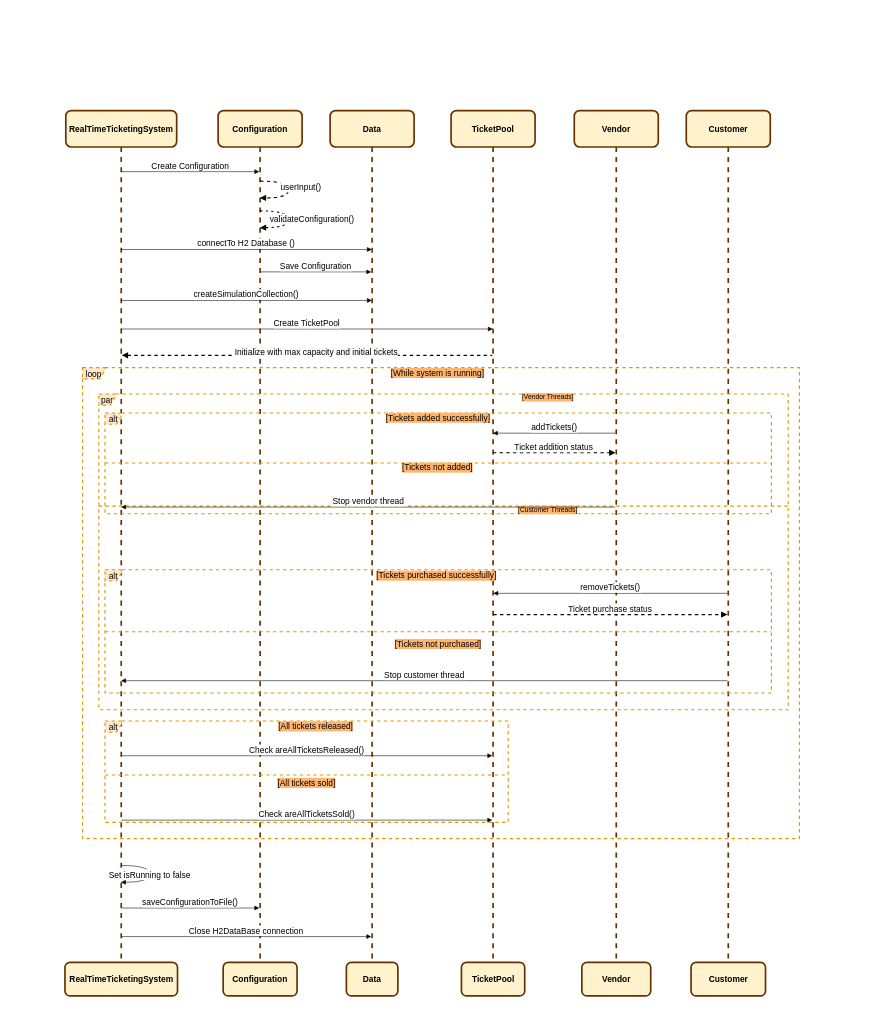
Earlier version of the draw.io diagram TMS Sequence Diagram.drawio (ShenalSen/Real-Time-Event-Ticketing-System-with-Advanced-Producer-Consumer-Implementation). Source tidied: cells renumbered, new cells numbered last; positions are measured from the earlier drawing's top-left corner, leaving out a move shared by most shapes. Both pictures are drawn from the tidied source at 56%, with x=0, y=0 at pixel (64, 110).
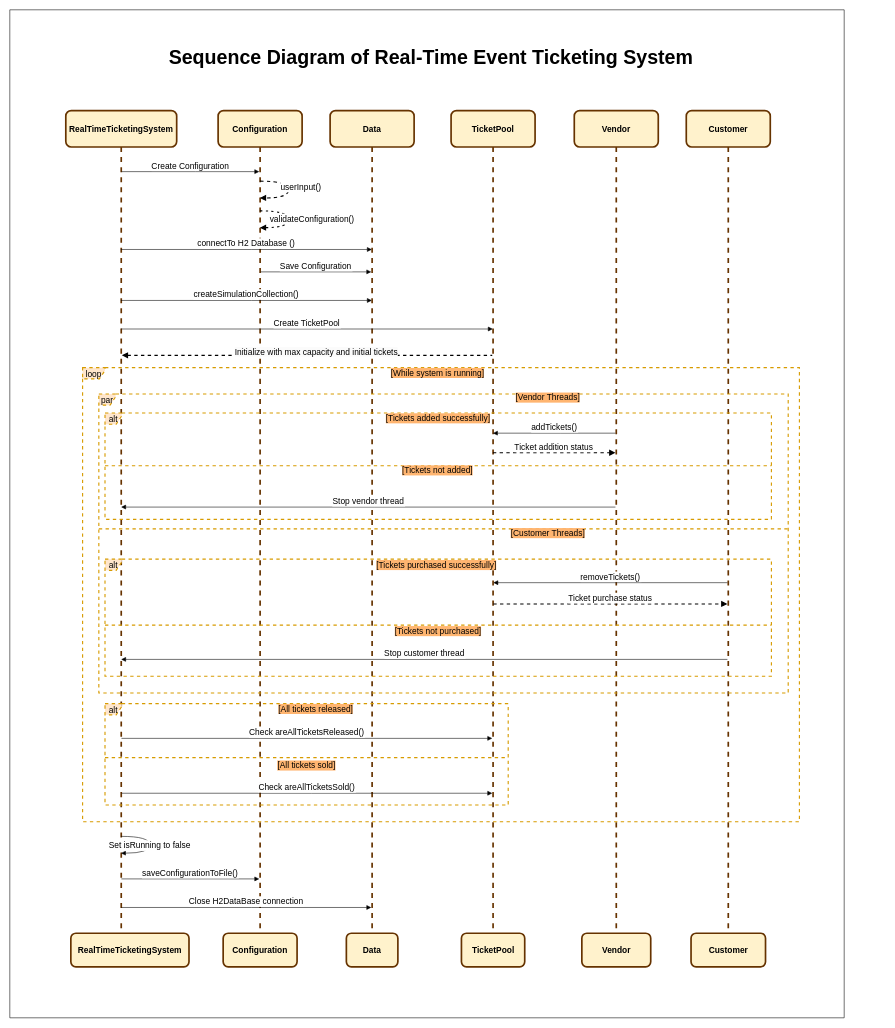
The same diagram, later.

Diff of the diagram source:
```diff
@@
     <mxCell id="2" value="RealTimeTicketingSystem" style="shape=umlLifeline;perimeter=lifelinePerimeter;whiteSpace=wrap;outlineConnect=0;portConstraint=eastwest;newEdgeStyle={&quot;edgeStyle&quot;:&quot;elbowEdgeStyle&quot;,&quot;elbow&quot;:&quot;vertical&quot;,&quot;curved&quot;:0,&quot;rounded&quot;:0};size=65;strokeWidth=3;fontStyle=1;fillColor=#fff2cc;strokeColor=#663300;rounded=1;glass=0;shadow=0;fontSize=15;" parent="1" vertex="1">
-      <mxGeometry x="2" width="198" height="1580" as="geometry" />
+      <mxGeometry x="2" width="198" height="1510" as="geometry" />
     </mxCell>
     <mxCell id="3" value="Configuration" style="shape=umlLifeline;perimeter=lifelinePerimeter;whiteSpace=wrap;outlineConnect=0;portConstraint=eastwest;newEdgeStyle={&quot;edgeStyle&quot;:&quot;elbowEdgeStyle&quot;,&quot;elbow&quot;:&quot;vertical&quot;,&quot;curved&quot;:0,&quot;rounded&quot;:0};size=65;strokeWidth=3;fontStyle=1;fontSize=15;fillColor=#fff2cc;strokeColor=#663300;rounded=1;" parent="1" vertex="1">
-      <mxGeometry x="274" width="150" height="1580" as="geometry" />
+      <mxGeometry x="274" width="150" height="1500" as="geometry" />
     </mxCell>
     <mxCell id="4" value="Data" style="shape=umlLifeline;perimeter=lifelinePerimeter;whiteSpace=wrap;newEdgeStyle={&quot;edgeStyle&quot;:&quot;elbowEdgeStyle&quot;,&quot;elbow&quot;:&quot;vertical&quot;,&quot;curved&quot;:0,&quot;rounded&quot;:0};size=65;strokeWidth=3;fontStyle=1;fontSize=15;fillColor=#fff2cc;strokeColor=#663300;rounded=1;" parent="1" vertex="1">
-      <mxGeometry x="474" width="150" height="1580" as="geometry" />
+      <mxGeometry x="474" width="150" height="1500" as="geometry" />
     </mxCell>
     <mxCell id="5" value="TicketPool" style="shape=umlLifeline;perimeter=lifelinePerimeter;whiteSpace=wrap;newEdgeStyle={&quot;edgeStyle&quot;:&quot;elbowEdgeStyle&quot;,&quot;elbow&quot;:&quot;vertical&quot;,&quot;curved&quot;:0,&quot;rounded&quot;:0};size=65;strokeWidth=3;fontStyle=1;fontSize=15;fillColor=#fff2cc;strokeColor=#663300;rounded=1;" parent="1" vertex="1">
-      <mxGeometry x="690" width="150" height="1580" as="geometry" />
+      <mxGeometry x="690" width="150" height="1500" as="geometry" />
     </mxCell>
     <mxCell id="6" value="Vendor" style="shape=umlLifeline;perimeter=lifelinePerimeter;whiteSpace=wrap;newEdgeStyle={&quot;edgeStyle&quot;:&quot;elbowEdgeStyle&quot;,&quot;elbow&quot;:&quot;vertical&quot;,&quot;curved&quot;:0,&quot;rounded&quot;:0};size=65;strokeWidth=3;fontStyle=1;fontSize=15;fillColor=#fff2cc;strokeColor=#663300;rounded=1;" parent="1" vertex="1">
-      <mxGeometry x="910" width="150" height="1580" as="geometry" />
+      <mxGeometry x="910" width="150" height="1500" as="geometry" />
     </mxCell>
     <mxCell id="7" value="Customer" style="shape=umlLifeline;perimeter=lifelinePerimeter;whiteSpace=wrap;newEdgeStyle={&quot;edgeStyle&quot;:&quot;elbowEdgeStyle&quot;,&quot;elbow&quot;:&quot;vertical&quot;,&quot;curved&quot;:0,&quot;rounded&quot;:0};size=65;strokeWidth=3;fontStyle=1;fontSize=15;fillColor=#fff2cc;strokeColor=#663300;rounded=1;" parent="1" vertex="1">
-      <mxGeometry x="1110" width="150" height="1580" as="geometry" />
+      <mxGeometry x="1110" width="150" height="1500" as="geometry" />
     </mxCell>
     <mxCell id="8" value="alt" style="shape=umlFrame;dashed=1;strokeColor=#d79b00;height=20;width=30;fillColor=#ffe6cc;strokeWidth=2;fontSize=15;" parent="1" vertex="1">
-      <mxGeometry x="72" y="540" width="1190" height="180" as="geometry" />
+      <mxGeometry x="72" y="540" width="1190" height="190" as="geometry" />
     </mxCell>
     <mxCell id="9" value="[Tickets added successfully]" style="text;strokeColor=none;fillColor=none;align=center;verticalAlign=middle;whiteSpace=wrap;labelBackgroundColor=#FFB570;fontSize=15;" parent="8" vertex="1">
-      <mxGeometry x="34.1" width="1121.9" height="16.7" as="geometry" />
+      <mxGeometry x="34.1" width="1121.9" height="17.7" as="geometry" />
     </mxCell>
     <mxCell id="10" style="shape=line;dashed=1;whiteSpace=wrap;verticalAlign=top;labelPosition=center;verticalLabelPosition=middle;align=center;strokeColor=#d79b00;fillColor=#ffe6cc;strokeWidth=2;labelBackgroundColor=#FFB570;fontSize=15;" parent="8" vertex="1">
-      <mxGeometry y="88.6" width="1190" height="1.4" as="geometry" />
+      <mxGeometry y="93.5" width="1190" height="1.5" as="geometry" />
     </mxCell>
     <mxCell id="11" value="[Tickets not added]" style="text;strokeColor=none;fillColor=none;align=center;verticalAlign=middle;whiteSpace=wrap;labelBackgroundColor=#FFB570;fontSize=15;" parent="8" vertex="1">
-      <mxGeometry x="33.1" y="88.6" width="1121.9" height="16.7" as="geometry" />
+      <mxGeometry x="33.1" y="93.5" width="1121.9" height="17.7" as="geometry" />
     </mxCell>
     <mxCell id="12" value="par" style="shape=umlFrame;dashed=1;strokeColor=#d79b00;height=20;width=30;fillColor=#ffe6cc;strokeWidth=2;fontSize=15;" parent="1" vertex="1">
-      <mxGeometry x="61" y="506" width="1231" height="564" as="geometry" />
+      <mxGeometry x="61" y="506" width="1231" height="534" as="geometry" />
     </mxCell>
-    <mxCell id="13" value="[Vendor Threads]" style="text;strokeColor=none;fillColor=none;align=center;verticalAlign=middle;whiteSpace=wrap;labelBackgroundColor=#FFB570;" parent="12" vertex="1">
-      <mxGeometry x="200" width="1204" height="12.7" as="geometry" />
+    <mxCell id="13" value="[Vendor Threads]" style="text;strokeColor=none;fillColor=none;align=center;verticalAlign=middle;whiteSpace=wrap;labelBackgroundColor=#FFB570;fontSize=15;" parent="12" vertex="1">
+      <mxGeometry x="200" width="1204" height="12" as="geometry" />
     </mxCell>
     <mxCell id="14" style="shape=line;dashed=1;whiteSpace=wrap;verticalAlign=top;labelPosition=center;verticalLabelPosition=middle;align=center;strokeColor=#d79b00;fillColor=#ffe6cc;strokeWidth=2;fontSize=15;" parent="12" vertex="1">
-      <mxGeometry y="193.7" width="1230" height="13.4" as="geometry" />
+      <mxGeometry y="234.5" width="1230" height="12.7" as="geometry" />
     </mxCell>
-    <mxCell id="15" value="[Customer Threads]" style="text;strokeColor=none;fillColor=none;align=center;verticalAlign=middle;whiteSpace=wrap;labelBackgroundColor=#FFB570;" parent="12" vertex="1">
-      <mxGeometry x="200" y="200.5" width="1204" height="12.7" as="geometry" />
+    <mxCell id="15" value="[Customer Threads]" style="text;strokeColor=none;fillColor=none;align=center;verticalAlign=middle;whiteSpace=wrap;labelBackgroundColor=#FFB570;fontSize=15;" parent="12" vertex="1">
+      <mxGeometry x="200" y="241.8" width="1204" height="12" as="geometry" />
     </mxCell>
     <mxCell id="16" value="loop" style="shape=umlFrame;dashed=1;strokeColor=#d79b00;height=20;width=40;fillColor=#ffe6cc;strokeWidth=2;fontSize=15;" parent="1" vertex="1">
-      <mxGeometry x="32" y="459" width="1280" height="841" as="geometry" />
+      <mxGeometry x="32" y="459" width="1280" height="811" as="geometry" />
     </mxCell>
     <mxCell id="17" value="[While system is running]" style="text;strokeColor=none;fillColor=none;align=center;verticalAlign=middle;whiteSpace=wrap;labelBackgroundColor=#ffb570;fontSize=15;" parent="16" vertex="1">
-      <mxGeometry x="11.8" width="1244.4" height="17.8" as="geometry" />
+      <mxGeometry x="11.8" width="1244.4" height="17.1" as="geometry" />
     </mxCell>
     <mxCell id="18" value="alt" style="shape=umlFrame;dashed=1;strokeColor=#d79b00;height=20;width=30;fillColor=#ffe6cc;strokeWidth=2;fontSize=15;" parent="1" vertex="1">
-      <mxGeometry x="72" y="1090" width="720" height="181" as="geometry" />
+      <mxGeometry x="72" y="1059" width="720" height="181" as="geometry" />
     </mxCell>
@@
     <mxCell id="31" value="removeTickets()" style="verticalAlign=bottom;edgeStyle=elbowEdgeStyle;elbow=vertical;curved=0;rounded=0;endArrow=block;fontSize=15;" parent="1" edge="1">
       <mxGeometry relative="1" as="geometry">
-        <mxPoint x="1183.5" y="862" as="sourcePoint" />
-        <mxPoint x="765.4" y="862" as="targetPoint" />
+        <mxPoint x="1183.5" y="843" as="sourcePoint" />
+        <mxPoint x="765.4" y="843" as="targetPoint" />
         <Array as="points">
-          <mxPoint x="986" y="862" />
+          <mxPoint x="986" y="843" />
         </Array>
       </mxGeometry>
     </mxCell>
     <mxCell id="32" value="Ticket purchase status" style="verticalAlign=bottom;edgeStyle=elbowEdgeStyle;elbow=vertical;curved=0;rounded=0;dashed=1;endArrow=block;strokeWidth=2;fontSize=15;" parent="1" edge="1">
       <mxGeometry relative="1" as="geometry">
-        <mxPoint x="765.4" y="900" as="sourcePoint" />
-        <mxPoint x="1183.5" y="900" as="targetPoint" />
+        <mxPoint x="765.4" y="881" as="sourcePoint" />
+        <mxPoint x="1183.5" y="881" as="targetPoint" />
         <Array as="points">
-          <mxPoint x="983" y="900" />
+          <mxPoint x="983" y="881" />
         </Array>
       </mxGeometry>
     </mxCell>
     <mxCell id="33" value="Stop customer thread" style="verticalAlign=bottom;edgeStyle=elbowEdgeStyle;elbow=vertical;curved=0;rounded=0;endArrow=block;fontSize=15;" parent="1" edge="1">
       <mxGeometry relative="1" as="geometry">
-        <mxPoint x="1183.5" y="1018" as="sourcePoint" />
-        <mxPoint x="100.8" y="1018" as="targetPoint" />
+        <mxPoint x="1183.5" y="980" as="sourcePoint" />
+        <mxPoint x="100.8" y="980" as="targetPoint" />
         <Array as="points">
-          <mxPoint x="654" y="1018" />
+          <mxPoint x="654" y="980" />
         </Array>
       </mxGeometry>
     </mxCell>
     <mxCell id="34" value="Check areAllTicketsReleased()" style="verticalAlign=bottom;edgeStyle=elbowEdgeStyle;elbow=vertical;curved=0;rounded=0;endArrow=block;fontSize=15;" parent="1" edge="1">
       <mxGeometry relative="1" as="geometry">
-        <mxPoint x="101.4" y="1152" as="sourcePoint" />
-        <mxPoint x="763.5" y="1152" as="targetPoint" />
+        <mxPoint x="101.4" y="1121" as="sourcePoint" />
+        <mxPoint x="763.5" y="1121" as="targetPoint" />
         <Array as="points">
-          <mxPoint x="441" y="1152" />
+          <mxPoint x="441" y="1121" />
         </Array>
       </mxGeometry>
     </mxCell>
     <mxCell id="35" value="Check areAllTicketsSold()" style="verticalAlign=bottom;edgeStyle=elbowEdgeStyle;elbow=vertical;curved=0;rounded=0;endArrow=block;fontSize=15;" parent="1" edge="1">
       <mxGeometry relative="1" as="geometry">
-        <mxPoint x="101.4" y="1267" as="sourcePoint" />
-        <mxPoint x="763.5" y="1267" as="targetPoint" />
+        <mxPoint x="101.4" y="1219" as="sourcePoint" />
+        <mxPoint x="763.5" y="1219" as="targetPoint" />
         <Array as="points">
-          <mxPoint x="441" y="1267" />
+          <mxPoint x="441" y="1219" />
         </Array>
       </mxGeometry>
     </mxCell>
     <mxCell id="36" value="Set isRunning to false" style="curved=1;endArrow=block;rounded=0;fontSize=15;" parent="1" edge="1">
       <mxGeometry relative="1" as="geometry">
-        <mxPoint x="100.5" y="1348" as="sourcePoint" />
-        <mxPoint x="100.5" y="1378" as="targetPoint" />
+        <mxPoint x="100.5" y="1296" as="sourcePoint" />
+        <mxPoint x="100.5" y="1326" as="targetPoint" />
         <Array as="points">
-          <mxPoint x="152" y="1348" />
-          <mxPoint x="152" y="1378" />
+          <mxPoint x="152" y="1296" />
+          <mxPoint x="152" y="1326" />
         </Array>
       </mxGeometry>
     </mxCell>
     <mxCell id="37" value="saveConfigurationToFile()" style="verticalAlign=bottom;edgeStyle=elbowEdgeStyle;elbow=vertical;curved=0;rounded=0;endArrow=block;fontSize=15;" parent="1" edge="1">
       <mxGeometry relative="1" as="geometry">
-        <mxPoint x="101.2" y="1424" as="sourcePoint" />
-        <mxPoint x="347.5" y="1424" as="targetPoint" />
+        <mxPoint x="101.2" y="1372" as="sourcePoint" />
+        <mxPoint x="347.5" y="1372" as="targetPoint" />
         <Array as="points">
-          <mxPoint x="234" y="1424" />
+          <mxPoint x="234" y="1372" />
         </Array>
       </mxGeometry>
     </mxCell>
     <mxCell id="38" value="Close H2DataBase connection" style="verticalAlign=bottom;edgeStyle=elbowEdgeStyle;elbow=horizontal;curved=0;rounded=0;endArrow=block;fontSize=15;" parent="1" edge="1">
       <mxGeometry relative="1" as="geometry">
-        <mxPoint x="101.2" y="1475" as="sourcePoint" />
-        <mxPoint x="547.5" y="1475" as="targetPoint" />
+        <mxPoint x="101.2" y="1423" as="sourcePoint" />
+        <mxPoint x="547.5" y="1423" as="targetPoint" />
         <Array as="points">
-          <mxPoint x="334" y="1475" />
+          <mxPoint x="334" y="1423" />
         </Array>
       </mxGeometry>
     </mxCell>
@@
     <mxCell id="41" value="alt" style="shape=umlFrame;dashed=1;strokeColor=#d79b00;height=20;width=30;fillColor=#ffe6cc;strokeWidth=2;fontSize=15;" parent="1" vertex="1">
-      <mxGeometry x="72" y="820" width="1190" height="220" as="geometry" />
+      <mxGeometry x="72" y="801" width="1190" height="209" as="geometry" />
     </mxCell>
     <mxCell id="42" value="[Tickets purchased successfully]" style="text;strokeColor=none;fillColor=none;align=center;verticalAlign=middle;whiteSpace=wrap;labelBackgroundColor=#FFB570;fontSize=15;" parent="41" vertex="1">
-      <mxGeometry x="31.3" width="1121.9" height="20.5" as="geometry" />
+      <mxGeometry x="31.3" width="1121.9" height="19.4" as="geometry" />
     </mxCell>
     <mxCell id="43" value="[Tickets not purchased]" style="text;strokeColor=none;fillColor=none;align=center;verticalAlign=middle;whiteSpace=wrap;labelBackgroundColor=#FFB570;fontSize=15;" parent="1" vertex="1">
-      <mxGeometry x="106.1" y="942.7" width="1121.9" height="18.6" as="geometry" />
+      <mxGeometry x="106.1" y="919.7" width="1121.9" height="18.6" as="geometry" />
     </mxCell>
-    <mxCell id="44" value="RealTimeTicketingSystem" style="shape=umlLifeline;perimeter=lifelinePerimeter;whiteSpace=wrap;newEdgeStyle={&quot;edgeStyle&quot;:&quot;elbowEdgeStyle&quot;,&quot;elbow&quot;:&quot;vertical&quot;,&quot;curved&quot;:0,&quot;rounded&quot;:0};size=65;strokeWidth=3;fontStyle=1;fontSize=15;rounded=1;fillColor=#fff2cc;strokeColor=#663300;" parent="1" vertex="1">
-      <mxGeometry x="0.5" y="1521" width="201" height="60" as="geometry" />
+    <mxCell id="44" value="RealTimeTicketingSystem" style="shape=umlLifeline;perimeter=lifelinePerimeter;whiteSpace=wrap;newEdgeStyle={&quot;edgeStyle&quot;:&quot;elbowEdgeStyle&quot;,&quot;elbow&quot;:&quot;vertical&quot;,&quot;curved&quot;:0,&quot;rounded&quot;:0};size=65;strokeWidth=3;fontStyle=1;fontSize=15;fillColor=#fff2cc;strokeColor=#663300;rounded=1;" parent="1" vertex="1">
+      <mxGeometry x="11" y="1469" width="211" height="60" as="geometry" />
     </mxCell>
-    <mxCell id="45" value="Configuration" style="shape=umlLifeline;perimeter=lifelinePerimeter;whiteSpace=wrap;newEdgeStyle={&quot;edgeStyle&quot;:&quot;elbowEdgeStyle&quot;,&quot;elbow&quot;:&quot;vertical&quot;,&quot;curved&quot;:0,&quot;rounded&quot;:0};size=65;strokeWidth=3;fontStyle=1;fontSize=15;rounded=1;fillColor=#fff2cc;strokeColor=#663300;" parent="1" vertex="1">
-      <mxGeometry x="283" y="1521" width="132" height="60" as="geometry" />
+    <mxCell id="45" value="Configuration" style="shape=umlLifeline;perimeter=lifelinePerimeter;whiteSpace=wrap;newEdgeStyle={&quot;edgeStyle&quot;:&quot;elbowEdgeStyle&quot;,&quot;elbow&quot;:&quot;vertical&quot;,&quot;curved&quot;:0,&quot;rounded&quot;:0};size=65;strokeWidth=3;fontStyle=1;fontSize=15;fillColor=#fff2cc;strokeColor=#663300;rounded=1;" parent="1" vertex="1">
+      <mxGeometry x="283" y="1469" width="132" height="60" as="geometry" />
     </mxCell>
-    <mxCell id="46" value="Data" style="shape=umlLifeline;perimeter=lifelinePerimeter;whiteSpace=wrap;newEdgeStyle={&quot;edgeStyle&quot;:&quot;elbowEdgeStyle&quot;,&quot;elbow&quot;:&quot;vertical&quot;,&quot;curved&quot;:0,&quot;rounded&quot;:0};size=65;strokeWidth=3;fontStyle=1;fontSize=15;rounded=1;fillColor=#fff2cc;strokeColor=#663300;" parent="1" vertex="1">
-      <mxGeometry x="503" y="1521" width="92" height="60" as="geometry" />
+    <mxCell id="46" value="Data" style="shape=umlLifeline;perimeter=lifelinePerimeter;whiteSpace=wrap;newEdgeStyle={&quot;edgeStyle&quot;:&quot;elbowEdgeStyle&quot;,&quot;elbow&quot;:&quot;vertical&quot;,&quot;curved&quot;:0,&quot;rounded&quot;:0};size=65;strokeWidth=3;fontStyle=1;fontSize=15;fillColor=#fff2cc;strokeColor=#663300;rounded=1;" parent="1" vertex="1">
+      <mxGeometry x="503" y="1469" width="92" height="60" as="geometry" />
     </mxCell>
-    <mxCell id="47" value="TicketPool" style="shape=umlLifeline;perimeter=lifelinePerimeter;whiteSpace=wrap;newEdgeStyle={&quot;edgeStyle&quot;:&quot;elbowEdgeStyle&quot;,&quot;elbow&quot;:&quot;vertical&quot;,&quot;curved&quot;:0,&quot;rounded&quot;:0};size=65;strokeWidth=3;fontStyle=1;fontSize=15;rounded=1;fillColor=#fff2cc;strokeColor=#663300;" parent="1" vertex="1">
-      <mxGeometry x="708.5" y="1521" width="113" height="60" as="geometry" />
+    <mxCell id="47" value="TicketPool" style="shape=umlLifeline;perimeter=lifelinePerimeter;whiteSpace=wrap;newEdgeStyle={&quot;edgeStyle&quot;:&quot;elbowEdgeStyle&quot;,&quot;elbow&quot;:&quot;vertical&quot;,&quot;curved&quot;:0,&quot;rounded&quot;:0};size=65;strokeWidth=3;fontStyle=1;fontSize=15;fillColor=#fff2cc;strokeColor=#663300;rounded=1;" parent="1" vertex="1">
+      <mxGeometry x="708.5" y="1469" width="113" height="60" as="geometry" />
     </mxCell>
-    <mxCell id="48" value="Vendor" style="shape=umlLifeline;perimeter=lifelinePerimeter;whiteSpace=wrap;newEdgeStyle={&quot;edgeStyle&quot;:&quot;elbowEdgeStyle&quot;,&quot;elbow&quot;:&quot;vertical&quot;,&quot;curved&quot;:0,&quot;rounded&quot;:0};size=65;strokeWidth=3;fontStyle=1;fontSize=15;rounded=1;fillColor=#fff2cc;strokeColor=#663300;" parent="1" vertex="1">
-      <mxGeometry x="923.5" y="1521" width="123" height="60" as="geometry" />
+    <mxCell id="48" value="Vendor" style="shape=umlLifeline;perimeter=lifelinePerimeter;whiteSpace=wrap;newEdgeStyle={&quot;edgeStyle&quot;:&quot;elbowEdgeStyle&quot;,&quot;elbow&quot;:&quot;vertical&quot;,&quot;curved&quot;:0,&quot;rounded&quot;:0};size=65;strokeWidth=3;fontStyle=1;fontSize=15;fillColor=#fff2cc;strokeColor=#663300;rounded=1;" parent="1" vertex="1">
+      <mxGeometry x="923.5" y="1469" width="123" height="60" as="geometry" />
     </mxCell>
-    <mxCell id="49" value="Customer" style="shape=umlLifeline;perimeter=lifelinePerimeter;whiteSpace=wrap;newEdgeStyle={&quot;edgeStyle&quot;:&quot;elbowEdgeStyle&quot;,&quot;elbow&quot;:&quot;vertical&quot;,&quot;curved&quot;:0,&quot;rounded&quot;:0};size=65;strokeWidth=3;fontStyle=1;fontSize=15;rounded=1;fillColor=#fff2cc;strokeColor=#663300;" parent="1" vertex="1">
-      <mxGeometry x="1118.5" y="1521" width="133" height="60" as="geometry" />
+    <mxCell id="49" value="Customer" style="shape=umlLifeline;perimeter=lifelinePerimeter;whiteSpace=wrap;newEdgeStyle={&quot;edgeStyle&quot;:&quot;elbowEdgeStyle&quot;,&quot;elbow&quot;:&quot;vertical&quot;,&quot;curved&quot;:0,&quot;rounded&quot;:0};size=65;strokeWidth=3;fontStyle=1;fontSize=15;fillColor=#fff2cc;strokeColor=#663300;rounded=1;" parent="1" vertex="1">
+      <mxGeometry x="1118.5" y="1469" width="133" height="60" as="geometry" />
     </mxCell>
     <mxCell id="50" style="shape=line;dashed=1;whiteSpace=wrap;verticalAlign=top;labelPosition=center;verticalLabelPosition=middle;align=center;strokeColor=#d79b00;fillColor=#ffe6cc;strokeWidth=2;labelBackgroundColor=#FFB570;fontSize=15;" parent="1" vertex="1">
-      <mxGeometry x="72" y="930" width="1190" height="1.4" as="geometry" />
+      <mxGeometry x="72" y="918" width="1190" height="1.4" as="geometry" />
     </mxCell>
+    <mxCell id="51" style="swimlane;startSize=0;" parent="1" vertex="1">
+      <mxGeometry x="-98" y="-180" width="1490" height="1800" as="geometry" />
+    </mxCell>
+    <mxCell id="52" value="&lt;font style=&quot;font-size: 35px;&quot;&gt;&lt;b style=&quot;&quot;&gt;&lt;span style=&quot;font-family: Aptos, sans-serif;&quot;&gt;&lt;font style=&quot;&quot;&gt;Sequence Diagram of&amp;nbsp;&lt;/font&gt;&lt;/span&gt;&lt;span style=&quot;font-family: Aptos, sans-serif;&quot;&gt;Real-Time Event Ticketing System&amp;nbsp;&lt;/span&gt;&lt;span style=&quot;font-family: Aptos, sans-serif;&quot;&gt;&lt;font style=&quot;&quot;&gt;&amp;nbsp;&lt;/font&gt;&lt;/span&gt;&lt;/b&gt;&lt;/font&gt;" style="text;html=1;align=center;verticalAlign=middle;whiteSpace=wrap;rounded=0;" parent="51" vertex="1">
+      <mxGeometry x="227.2" y="70" width="1070" height="30" as="geometry" />
+    </mxCell>
```
